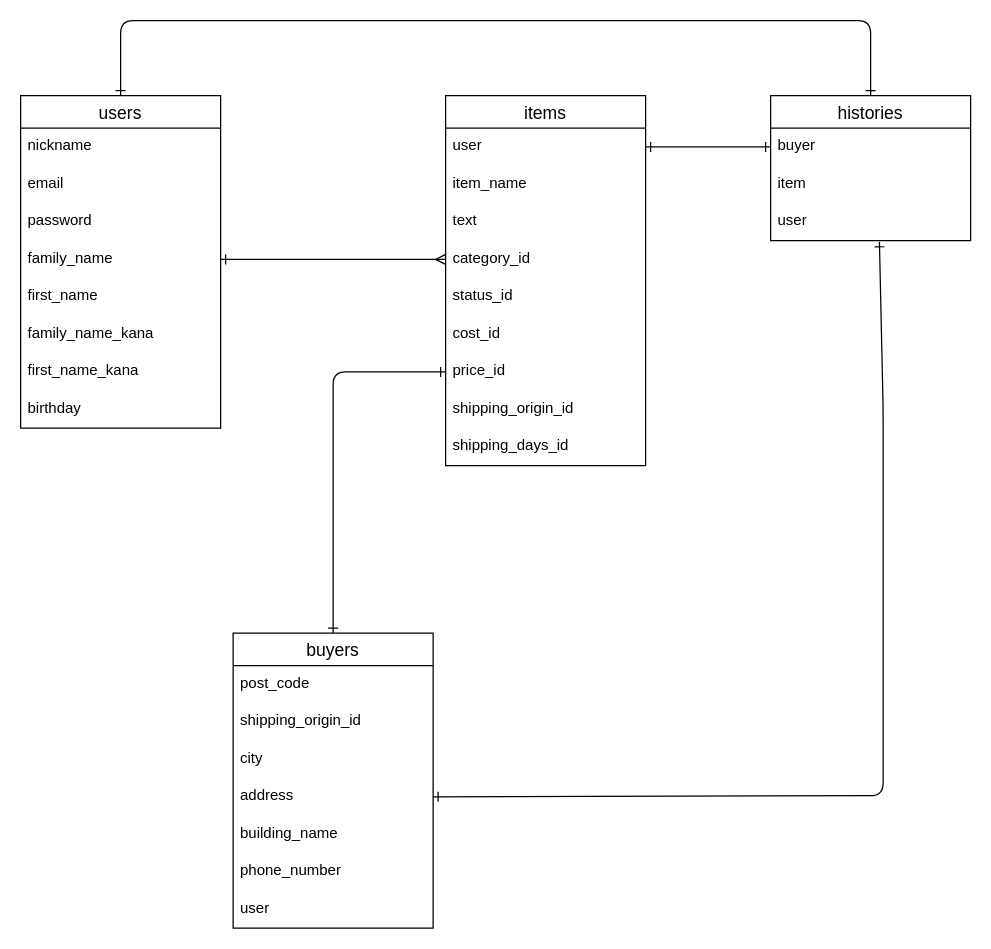
Earlier version of the draw.io diagram furima.dio (Ozeyuta/furima-39084). Source tidied: cells renumbered, new cells numbered last; positions are measured from the earlier drawing's top-left corner, leaving out a move shared by most shapes. Both pictures are drawn from the tidied source at 125%, with x=0, y=0 at pixel (20, 20).
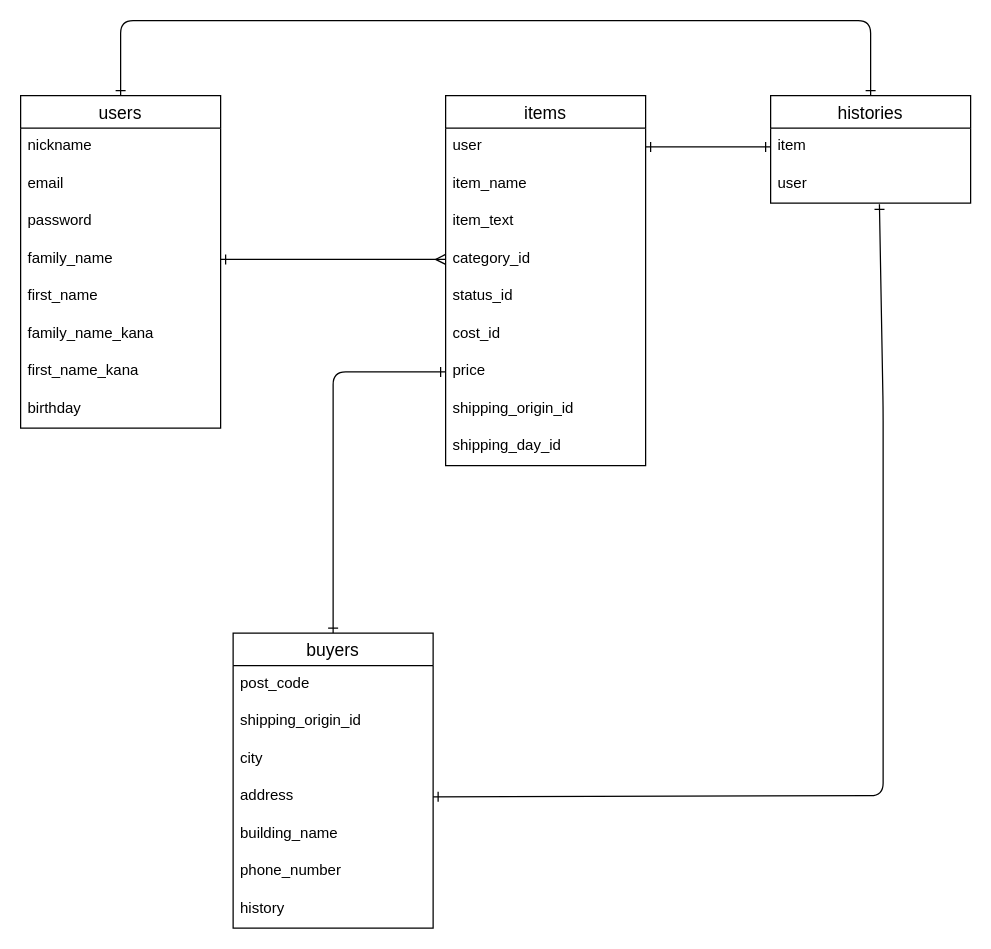
After the change.

Commit message (it also covers changes not shown here):
ER図とREADMEの修正３

The change refers to these unchanged cells:
```xml
<mxCell id="12" value="items" style="swimlane;fontStyle=0;horizontal=1;startSize=26;align=center;fontSize=14;" parent="1" vertex="1">
  <mxGeometry x="340" y="60" width="160" height="296" as="geometry" />
</mxCell>
<mxCell id="13" value="user" style="text;strokeColor=none;fillColor=none;spacingLeft=4;spacingRight=4;overflow=hidden;points=[[0,0.5],[1,0.5]];portConstraint=eastwest;fontSize=12;" parent="12" vertex="1">
  <mxGeometry y="26" width="160" height="30" as="geometry" />
</mxCell>
<mxCell id="23" value="buyers" style="swimlane;fontStyle=0;horizontal=1;startSize=26;align=center;fontSize=14;" parent="1" vertex="1">
  <mxGeometry x="170" y="490" width="160" height="236" as="geometry" />
</mxCell>
```

Change to the diagram source:
```diff
@@
-    <mxCell id="15" value="text" style="text;strokeColor=none;fillColor=none;spacingLeft=4;spacingRight=4;overflow=hidden;fontSize=12;" parent="12" vertex="1">
+    <mxCell id="15" value="item_text" style="text;strokeColor=none;fillColor=none;spacingLeft=4;spacingRight=4;overflow=hidden;fontSize=12;" parent="12" vertex="1">
       <mxGeometry y="86" width="160" height="30" as="geometry" />
     </mxCell>
@@
-    <mxCell id="19" value="price_id" style="text;strokeColor=none;fillColor=none;spacingLeft=4;spacingRight=4;overflow=hidden;points=[[0,0.5],[1,0.5]];portConstraint=eastwest;fontSize=12;" parent="12" vertex="1">
+    <mxCell id="19" value="price" style="text;strokeColor=none;fillColor=none;spacingLeft=4;spacingRight=4;overflow=hidden;points=[[0,0.5],[1,0.5]];portConstraint=eastwest;fontSize=12;" parent="12" vertex="1">
       <mxGeometry y="206" width="160" height="30" as="geometry" />
     </mxCell>
@@
-    <mxCell id="21" value="shipping_days_id" style="text;strokeColor=none;fillColor=none;spacingLeft=4;spacingRight=4;overflow=hidden;fontSize=12;" parent="12" vertex="1">
+    <mxCell id="21" value="shipping_day_id" style="text;strokeColor=none;fillColor=none;spacingLeft=4;spacingRight=4;overflow=hidden;fontSize=12;" parent="12" vertex="1">
       <mxGeometry y="266" width="160" height="30" as="geometry" />
     </mxCell>
@@
-    <mxCell id="30" value="user" style="text;strokeColor=none;fillColor=none;spacingLeft=4;spacingRight=4;overflow=hidden;fontSize=12;" parent="23" vertex="1">
+    <mxCell id="30" value="history" style="text;strokeColor=none;fillColor=none;spacingLeft=4;spacingRight=4;overflow=hidden;fontSize=12;" parent="23" vertex="1">
       <mxGeometry y="206" width="160" height="30" as="geometry" />
     </mxCell>
     <mxCell id="31" value="histories" style="swimlane;fontStyle=0;horizontal=1;startSize=26;align=center;fontSize=14;" parent="1" vertex="1">
-      <mxGeometry x="600" y="60" width="160" height="116" as="geometry" />
+      <mxGeometry x="600" y="60" width="160" height="86" as="geometry" />
     </mxCell>
-    <mxCell id="32" value="buyer" style="text;strokeColor=none;fillColor=none;spacingLeft=4;spacingRight=4;overflow=hidden;points=[[0,0.5],[1,0.5]];portConstraint=eastwest;fontSize=12;" parent="31" vertex="1">
-      <mxGeometry y="26" width="160" height="30" as="geometry" />
-    </mxCell>
     <mxCell id="33" value="item" style="text;strokeColor=none;fillColor=none;spacingLeft=4;spacingRight=4;overflow=hidden;fontSize=12;" parent="31" vertex="1">
-      <mxGeometry y="56" width="160" height="30" as="geometry" />
+      <mxGeometry y="26" width="160" height="30" as="geometry" />
     </mxCell>
     <mxCell id="34" value="user" style="text;strokeColor=none;fillColor=none;spacingLeft=4;spacingRight=4;overflow=hidden;points=[[0,0.5],[1,0.5]];portConstraint=eastwest;fontSize=12;" parent="31" vertex="1">
-      <mxGeometry y="86" width="160" height="30" as="geometry" />
+      <mxGeometry y="56" width="160" height="30" as="geometry" />
     </mxCell>
@@
-    <mxCell id="37" style="edgeStyle=none;html=1;exitX=1;exitY=0.5;exitDx=0;exitDy=0;entryX=0;entryY=0.5;entryDx=0;entryDy=0;startArrow=ERone;startFill=0;endArrow=ERone;endFill=0;" parent="1" edge="1" source="13" target="32">
-      <mxGeometry relative="1" as="geometry" />
+    <mxCell id="37" style="edgeStyle=none;html=1;exitX=1;exitY=0.5;exitDx=0;exitDy=0;entryX=0;entryY=0.5;entryDx=0;entryDy=0;startArrow=ERone;startFill=0;endArrow=ERone;endFill=0;" parent="1" edge="1" source="13">
+      <mxGeometry relative="1" as="geometry">
+        <mxPoint x="600" y="101" as="targetPoint" />
+      </mxGeometry>
     </mxCell>
```
